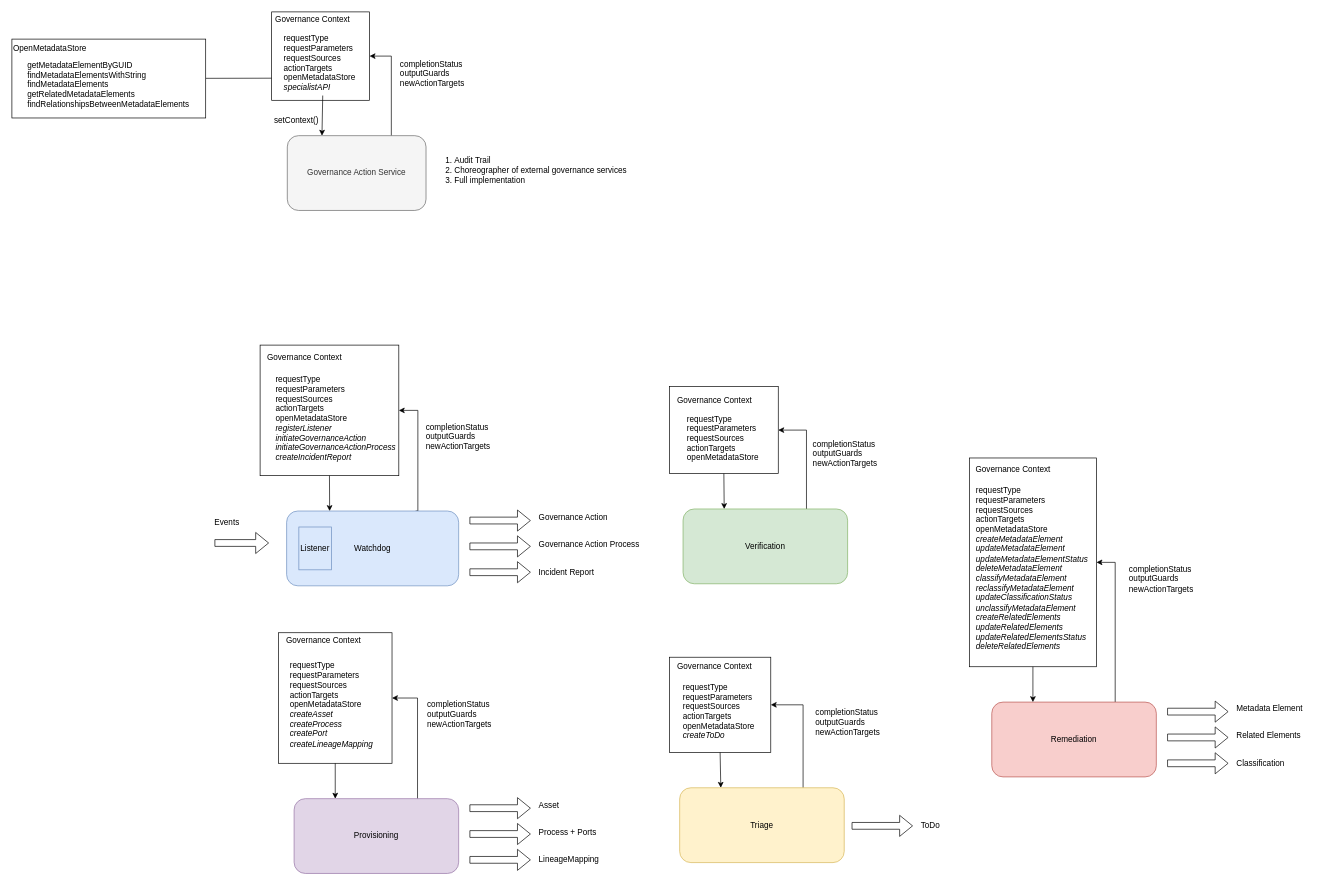
Earlier version of the draw.io diagram page "governance-action-services" (3 of 6) of open-metadata-implementation/frameworks/governance-action-framework/docs/governance-action-framework.drawio (odpi/egeria). Source tidied: cells renumbered, new cells numbered last; positions are measured from the earlier drawing's top-left corner, leaving out a move shared by most shapes. Both pictures are drawn from the tidied source at 68%, with x=0, y=0 at pixel (12, 12).
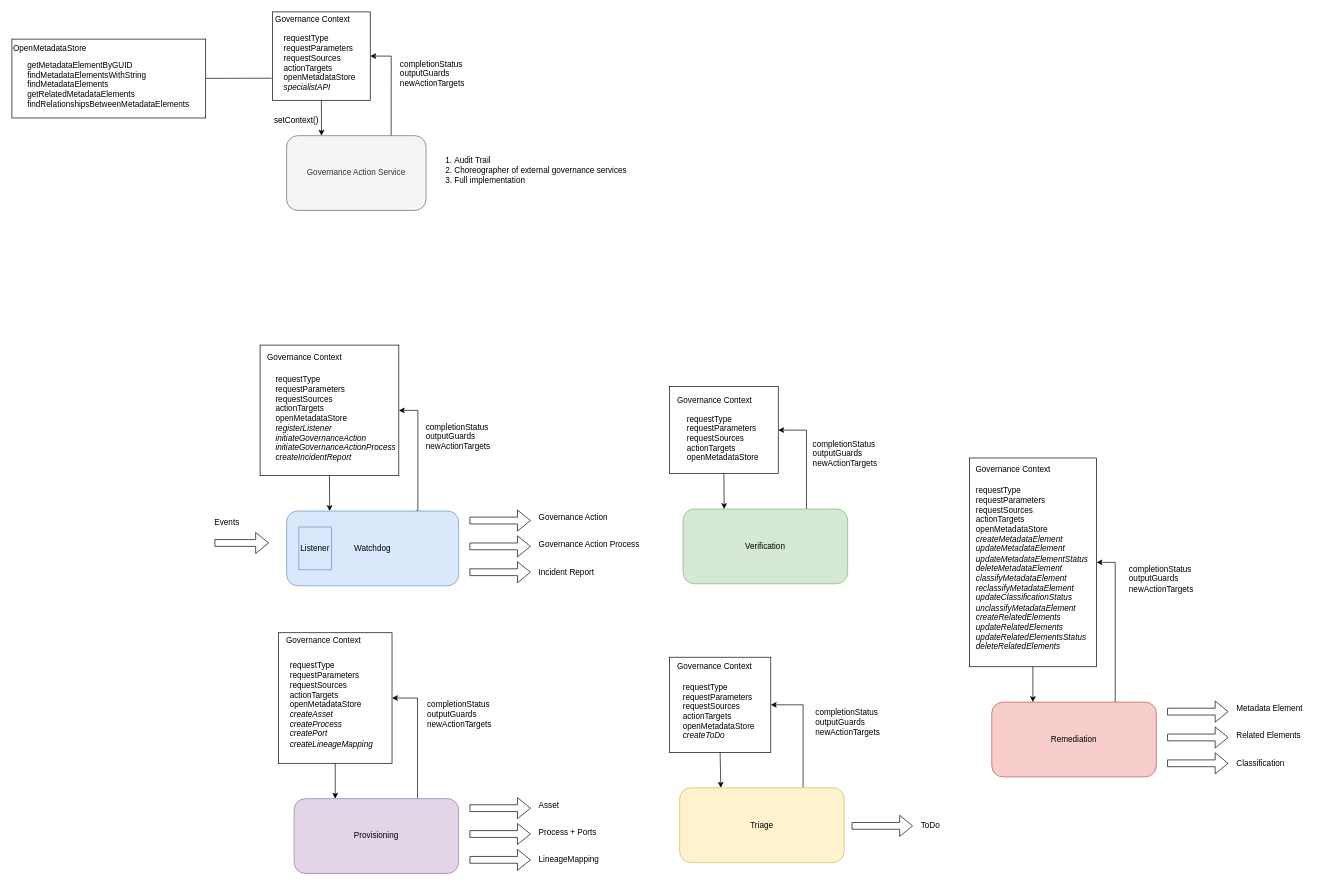
After the change.

Unchanged cells that the change refers to:
```xml
<mxCell id="21" value="requestType&lt;br&gt;requestParameters&lt;br&gt;requestSources&lt;br&gt;actionTargets&lt;br&gt;openMetadataStore&lt;br&gt;&lt;i&gt;specialistAPI&lt;/i&gt;" style="text;html=1;align=left;verticalAlign=middle;points=[];perimeterSpacing=3;" parent="1" vertex="1">
  <mxGeometry x="398" y="30" width="120" height="90" as="geometry" />
</mxCell>
```

The edit, as a diff of the source:
```diff
@@
     <mxCell id="17" style="rounded=0;whiteSpace=wrap;html=1;strokeColor=#000000;strokeWidth=1;align=left;" parent="1" vertex="1">
-      <mxGeometry x="382" width="144" height="130" as="geometry" />
+      <mxGeometry x="383" width="144" height="130" as="geometry" />
     </mxCell>
@@
     <mxCell id="19" value="Governance Action Service" style="rounded=1;whiteSpace=wrap;html=1;fillColor=#f5f5f5;strokeColor=#666666;fontColor=#333333;" parent="1" vertex="1">
-      <mxGeometry x="405" y="182" width="204" height="110" as="geometry" />
+      <mxGeometry x="404" y="182" width="205" height="110" as="geometry" />
     </mxCell>
-    <mxCell id="20" style="rounded=0;jettySize=auto;html=1;entryX=0.25;entryY=0;entryDx=0;entryDy=0;" parent="1" edge="1" source="21" target="19">
+    <mxCell id="20" style="rounded=0;jettySize=auto;html=1;entryX=0.25;entryY=0;entryDx=0;entryDy=0;" parent="1" edge="1" source="17" target="19">
       <mxGeometry relative="1" as="geometry" />
     </mxCell>
```
